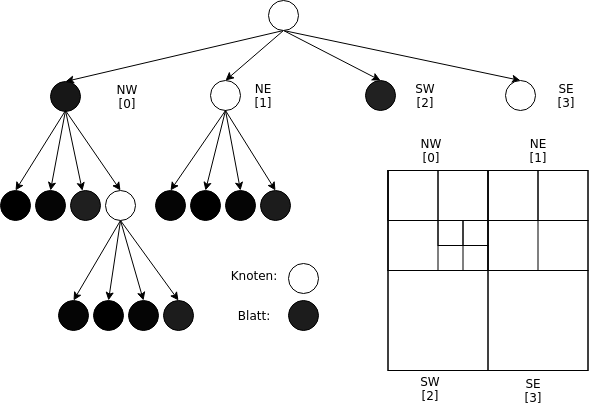
Above: presentation/quadtree_basics.png in nicklasDohrn/quadtree (draw.io), before the change. Source tidied: cells renumbered, new cells last; positions are measured from the earlier drawing's top-left corner, leaving out a move shared by most shapes.
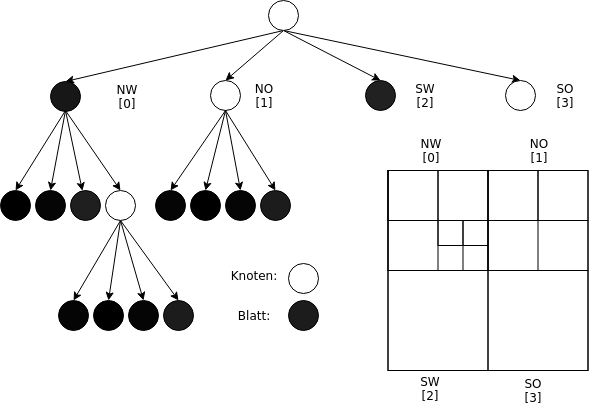
Later version of the same file.

The edit, as a diff of the source:
```diff
@@ -120,13 +120,13 @@
     <mxCell id="35" value="NW&lt;br&gt;[0]&lt;br&gt;" style="text;html=1;strokeColor=none;fillColor=none;align=center;verticalAlign=middle;whiteSpace=wrap;rounded=0;" parent="1" vertex="1">
       <mxGeometry x="106" y="86" width="40" height="20" as="geometry" />
     </mxCell>
-    <mxCell id="36" value="NE&lt;br&gt;[1]&lt;br&gt;" style="text;html=1;strokeColor=none;fillColor=none;align=center;verticalAlign=middle;whiteSpace=wrap;rounded=0;" parent="1" vertex="1">
+    <mxCell id="36" value="NO&lt;br&gt;[1]&lt;br&gt;" style="text;html=1;strokeColor=none;fillColor=none;align=center;verticalAlign=middle;whiteSpace=wrap;rounded=0;" parent="1" vertex="1">
       <mxGeometry x="242.5" y="85" width="40" height="20" as="geometry" />
     </mxCell>
     <mxCell id="37" value="SW&lt;br&gt;[2]&lt;br&gt;" style="text;html=1;strokeColor=none;fillColor=none;align=center;verticalAlign=middle;whiteSpace=wrap;rounded=0;" parent="1" vertex="1">
       <mxGeometry x="405" y="82.5" width="40" height="25" as="geometry" />
     </mxCell>
-    <mxCell id="38" value="SE&lt;br&gt;[3]&lt;br&gt;" style="text;html=1;strokeColor=none;fillColor=none;align=center;verticalAlign=middle;whiteSpace=wrap;rounded=0;" parent="1" vertex="1">
+    <mxCell id="38" value="SO&lt;br&gt;[3]&lt;br&gt;" style="text;html=1;strokeColor=none;fillColor=none;align=center;verticalAlign=middle;whiteSpace=wrap;rounded=0;" parent="1" vertex="1">
       <mxGeometry x="545" y="85" width="40" height="20" as="geometry" />
     </mxCell>
     <mxCell id="39" style="whiteSpace=wrap;html=1;fillColor=none;" parent="1" vertex="1">
@@ -171,13 +171,13 @@
     <mxCell id="52" value="NW&lt;br&gt;[0]&lt;br&gt;" style="text;html=1;strokeColor=none;fillColor=none;align=center;verticalAlign=middle;whiteSpace=wrap;rounded=0;" parent="1" vertex="1">
       <mxGeometry x="410" y="140" width="40" height="20" as="geometry" />
     </mxCell>
-    <mxCell id="53" value="NE&lt;br&gt;[1]&lt;br&gt;" style="text;html=1;strokeColor=none;fillColor=none;align=center;verticalAlign=middle;whiteSpace=wrap;rounded=0;" parent="1" vertex="1">
+    <mxCell id="53" value="NO&lt;br&gt;[1]&lt;br&gt;" style="text;html=1;strokeColor=none;fillColor=none;align=center;verticalAlign=middle;whiteSpace=wrap;rounded=0;" parent="1" vertex="1">
       <mxGeometry x="517.5" y="140" width="40" height="20" as="geometry" />
     </mxCell>
     <mxCell id="54" value="SW&lt;br&gt;[2]&lt;br&gt;" style="text;html=1;strokeColor=none;fillColor=none;align=center;verticalAlign=middle;whiteSpace=wrap;rounded=0;" parent="1" vertex="1">
       <mxGeometry x="410" y="375" width="40" height="25" as="geometry" />
     </mxCell>
-    <mxCell id="55" value="SE&lt;br&gt;[3]&lt;br&gt;" style="text;html=1;strokeColor=none;fillColor=none;align=center;verticalAlign=middle;whiteSpace=wrap;rounded=0;" parent="1" vertex="1">
+    <mxCell id="55" value="SO&lt;br&gt;[3]&lt;br&gt;" style="text;html=1;strokeColor=none;fillColor=none;align=center;verticalAlign=middle;whiteSpace=wrap;rounded=0;" parent="1" vertex="1">
       <mxGeometry x="512.5" y="380" width="40" height="20" as="geometry" />
     </mxCell>
     <mxCell id="56" style="whiteSpace=wrap;html=1;fillColor=none;" parent="1" vertex="1">
```
